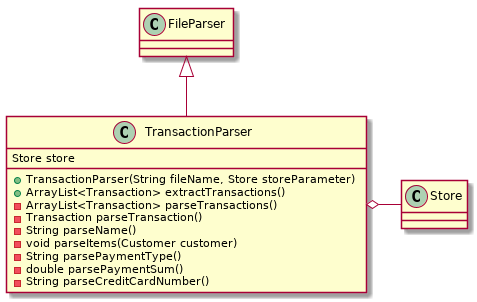
This is out/plantuml/fileparser/transactionparser/transactionparser.png from Peter408/POST-console-application, a PlantUML export, as it was before one commit. Source of this version:
```plantuml
@startuml
class Store
class FileParser
class TransactionParser {
    Store store
    + TransactionParser(String fileName, Store storeParameter)
    + ArrayList<Transaction> extractTransactions()
    - ArrayList<Transaction> parseTransactions()
    - Transaction parseTransaction()
    - String parseName()
    - void parseItems(Customer customer)
    - String parsePaymentType()
    - double parsePaymentSum()
    - String parseCreditCardNumber()
}
FileParser <|-- TransactionParser
TransactionParser o- Store
@enduml
```
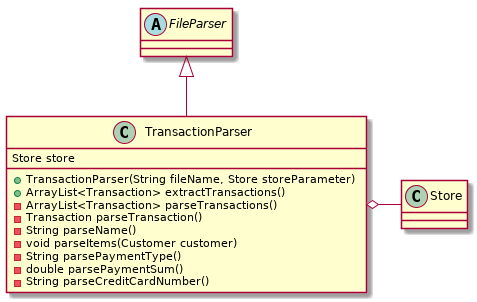
Above is the later version.

Diff of the diagram source:
```diff
@@ -1,6 +1,6 @@
-@startuml
+@startuml transactionparser
 class Store
-class FileParser
+abstract class FileParser
 class TransactionParser {
     Store store
     + TransactionParser(String fileName, Store storeParameter)
```
